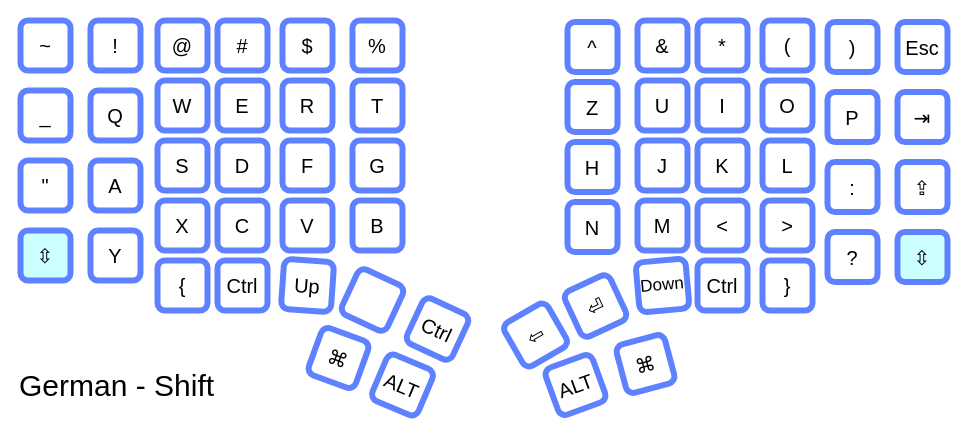
maxistar/dacty keeps this draw.io diagram as page "Ge-Shift-Uni-Mac" (16 of 16) of layouts.drawio. Above is the earlier version. Source tidied: cells renumbered, new cells numbered last; positions are measured from the earlier drawing's top-left corner, leaving out a move shared by most shapes. Both pictures are drawn from the tidied source at 100%, with x=0, y=0 at pixel (17, 20).
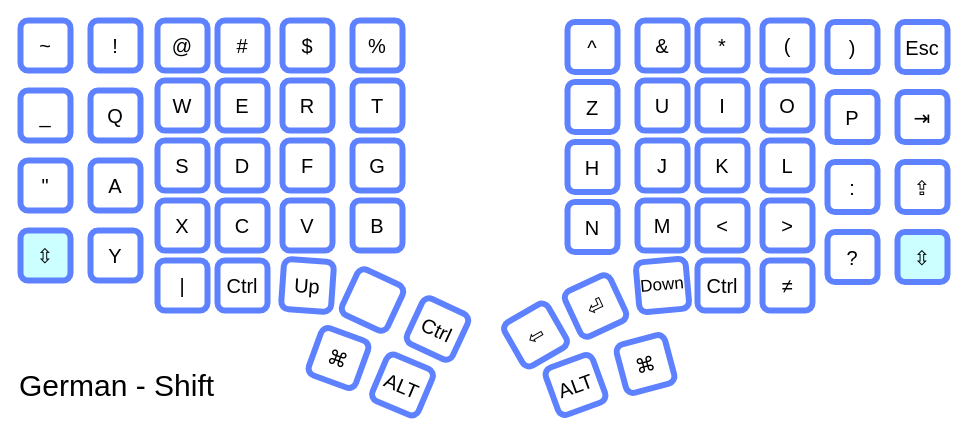
Above is the later version.

Diff of the diagram source:
```diff
@@
-    <mxCell id="14" value="&lt;font style=&quot;font-size: 20px;&quot;&gt;{&lt;/font&gt;" style="rounded=1;whiteSpace=wrap;html=1;strokeWidth=6;strokeColor=#5E81FF;" parent="1" vertex="1">
+    <mxCell id="14" value="&lt;font style=&quot;font-size: 20px;&quot;&gt;|&lt;/font&gt;" style="rounded=1;whiteSpace=wrap;html=1;strokeWidth=6;strokeColor=#5E81FF;" parent="1" vertex="1">
       <mxGeometry x="140" y="240" width="50" height="50" as="geometry" />
     </mxCell>
@@
-    <mxCell id="53" value="&lt;font style=&quot;font-size: 20px;&quot;&gt;}&lt;/font&gt;" style="rounded=1;whiteSpace=wrap;html=1;strokeWidth=6;strokeColor=#5E81FF;" parent="1" vertex="1">
+    <mxCell id="53" value="&lt;font style=&quot;font-size: 20px;&quot;&gt;≠&lt;/font&gt;" style="rounded=1;whiteSpace=wrap;html=1;strokeWidth=6;strokeColor=#5E81FF;" parent="1" vertex="1">
       <mxGeometry x="745" y="240" width="50" height="50" as="geometry" />
     </mxCell>
```
